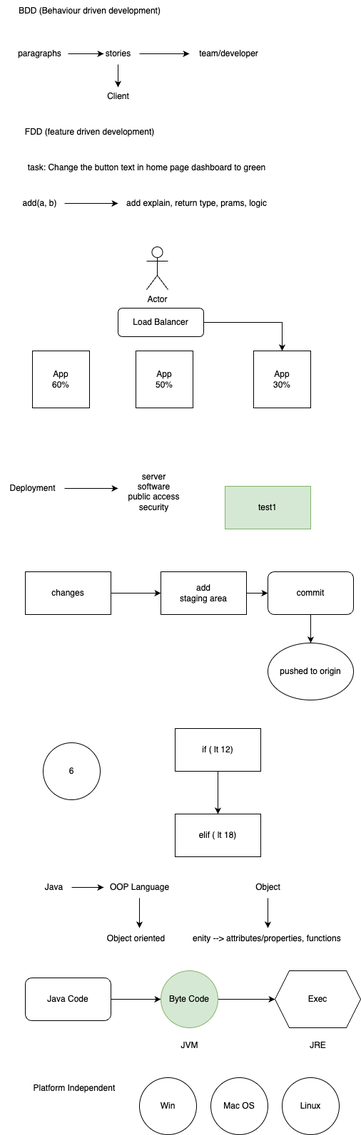
The draw.io diagram agile.png in aryan1403/mobile-wipro-training2, before a commit. Source tidied: cells renumbered, new cells last; positions are measured from the earlier drawing's top-left corner, leaving out a move shared by most shapes.
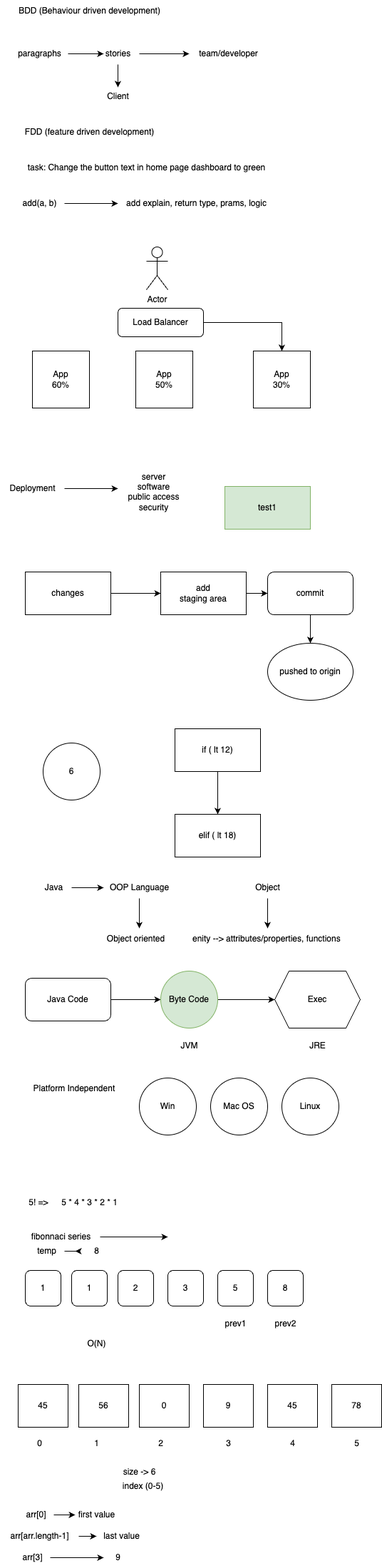
After the commit.

Commit message:
array, strings functions, factorial, fibonacci series, methods

Diff of the diagram source:
```diff
@@ -187,5 +187,130 @@
     <mxCell id="54" value="Linux" style="ellipse;whiteSpace=wrap;html=1;" parent="1" vertex="1">
       <mxGeometry x="395" y="1512" width="80" height="80" as="geometry" />
     </mxCell>
+    <mxCell id="55" value="5! =&amp;gt;&amp;nbsp;" style="text;html=1;align=center;verticalAlign=middle;strokeColor=none;fillColor=none;" parent="1" vertex="1">
+      <mxGeometry x="30" y="1672" width="50" height="30" as="geometry" />
+    </mxCell>
+    <mxCell id="56" value="5 * 4 * 3 * 2 * 1" style="text;html=1;align=center;verticalAlign=middle;strokeColor=none;fillColor=none;" parent="1" vertex="1">
+      <mxGeometry x="75" y="1672" width="100" height="30" as="geometry" />
+    </mxCell>
+    <mxCell id="57" style="edgeStyle=orthogonalEdgeStyle;rounded=0;jettySize=auto;html=1;" parent="1" edge="1" source="58">
+      <mxGeometry relative="1" as="geometry">
+        <mxPoint x="235" y="1735" as="targetPoint" />
+      </mxGeometry>
+    </mxCell>
+    <mxCell id="58" value="fibonnaci series" style="text;html=1;align=center;verticalAlign=middle;points=[];strokeColor=none;fillColor=none;" parent="1" vertex="1">
+      <mxGeometry x="30" y="1720" width="110" height="30" as="geometry" />
+    </mxCell>
+    <mxCell id="59" value="1" style="rounded=1;whiteSpace=wrap;html=1;" parent="1" vertex="1">
+      <mxGeometry x="35" y="1782" width="50" height="50" as="geometry" />
+    </mxCell>
+    <mxCell id="60" value="1" style="rounded=1;whiteSpace=wrap;html=1;" parent="1" vertex="1">
+      <mxGeometry x="100" y="1782" width="50" height="50" as="geometry" />
+    </mxCell>
+    <mxCell id="61" value="2" style="rounded=1;whiteSpace=wrap;html=1;" parent="1" vertex="1">
+      <mxGeometry x="165" y="1782" width="50" height="50" as="geometry" />
+    </mxCell>
+    <mxCell id="62" value="3" style="rounded=1;whiteSpace=wrap;html=1;" parent="1" vertex="1">
+      <mxGeometry x="235" y="1782" width="50" height="50" as="geometry" />
+    </mxCell>
+    <mxCell id="63" value="5" style="rounded=1;whiteSpace=wrap;html=1;" parent="1" vertex="1">
+      <mxGeometry x="305" y="1782" width="50" height="50" as="geometry" />
+    </mxCell>
+    <mxCell id="64" value="8" style="rounded=1;whiteSpace=wrap;html=1;" parent="1" vertex="1">
+      <mxGeometry x="375" y="1782" width="50" height="50" as="geometry" />
+    </mxCell>
+    <mxCell id="65" style="edgeStyle=orthogonalEdgeStyle;rounded=0;jettySize=auto;html=1;" parent="1" edge="1" source="66">
+      <mxGeometry relative="1" as="geometry">
+        <mxPoint x="105" y="1755" as="targetPoint" />
+      </mxGeometry>
+    </mxCell>
+    <mxCell id="66" value="temp" style="text;html=1;align=center;verticalAlign=middle;points=[];strokeColor=none;fillColor=none;" parent="1" vertex="1">
+      <mxGeometry x="40" y="1740" width="50" height="30" as="geometry" />
+    </mxCell>
+    <mxCell id="67" value="8" style="text;html=1;align=center;verticalAlign=middle;strokeColor=none;fillColor=none;" parent="1" vertex="1">
+      <mxGeometry x="120" y="1740" width="30" height="30" as="geometry" />
+    </mxCell>
+    <mxCell id="68" value="prev1" style="text;html=1;align=center;verticalAlign=middle;strokeColor=none;fillColor=none;" parent="1" vertex="1">
+      <mxGeometry x="305" y="1842" width="50" height="30" as="geometry" />
+    </mxCell>
+    <mxCell id="69" value="prev2" style="text;html=1;align=center;verticalAlign=middle;strokeColor=none;fillColor=none;" parent="1" vertex="1">
+      <mxGeometry x="375" y="1842" width="50" height="30" as="geometry" />
+    </mxCell>
+    <mxCell id="70" value="O(N)" style="text;html=1;align=center;verticalAlign=middle;strokeColor=none;fillColor=none;" parent="1" vertex="1">
+      <mxGeometry x="110" y="1870" width="50" height="30" as="geometry" />
+    </mxCell>
+    <mxCell id="71" value="45" style="rounded=0;whiteSpace=wrap;html=1;" parent="1" vertex="1">
+      <mxGeometry x="25" y="1942" width="70" height="60" as="geometry" />
+    </mxCell>
+    <mxCell id="72" value="56" style="rounded=0;whiteSpace=wrap;html=1;" parent="1" vertex="1">
+      <mxGeometry x="110" y="1942" width="70" height="60" as="geometry" />
+    </mxCell>
+    <mxCell id="73" value="0" style="rounded=0;whiteSpace=wrap;html=1;" parent="1" vertex="1">
+      <mxGeometry x="195" y="1942" width="70" height="60" as="geometry" />
+    </mxCell>
+    <mxCell id="74" value="9" style="rounded=0;whiteSpace=wrap;html=1;" parent="1" vertex="1">
+      <mxGeometry x="285" y="1942" width="70" height="60" as="geometry" />
+    </mxCell>
+    <mxCell id="75" value="45" style="rounded=0;whiteSpace=wrap;html=1;" parent="1" vertex="1">
+      <mxGeometry x="375" y="1942" width="70" height="60" as="geometry" />
+    </mxCell>
+    <mxCell id="76" value="78" style="rounded=0;whiteSpace=wrap;html=1;" parent="1" vertex="1">
+      <mxGeometry x="465" y="1942" width="70" height="60" as="geometry" />
+    </mxCell>
+    <mxCell id="77" value="0" style="text;html=1;align=center;verticalAlign=middle;strokeColor=none;fillColor=none;" parent="1" vertex="1">
+      <mxGeometry x="40" y="2010" width="30" height="30" as="geometry" />
+    </mxCell>
+    <mxCell id="78" value="1" style="text;html=1;align=center;verticalAlign=middle;strokeColor=none;fillColor=none;" parent="1" vertex="1">
+      <mxGeometry x="120" y="2010" width="30" height="30" as="geometry" />
+    </mxCell>
+    <mxCell id="79" value="2" style="text;html=1;align=center;verticalAlign=middle;strokeColor=none;fillColor=none;" parent="1" vertex="1">
+      <mxGeometry x="210" y="2010" width="30" height="30" as="geometry" />
+    </mxCell>
+    <mxCell id="80" value="3" style="text;html=1;align=center;verticalAlign=middle;strokeColor=none;fillColor=none;" parent="1" vertex="1">
+      <mxGeometry x="305" y="2010" width="30" height="30" as="geometry" />
+    </mxCell>
+    <mxCell id="81" value="4" style="text;html=1;align=center;verticalAlign=middle;strokeColor=none;fillColor=none;" parent="1" vertex="1">
+      <mxGeometry x="395" y="2010" width="30" height="30" as="geometry" />
+    </mxCell>
+    <mxCell id="82" value="5" style="text;html=1;align=center;verticalAlign=middle;strokeColor=none;fillColor=none;" parent="1" vertex="1">
+      <mxGeometry x="485" y="2010" width="30" height="30" as="geometry" />
+    </mxCell>
+    <mxCell id="83" value="size -&amp;gt; 6" style="text;html=1;align=center;verticalAlign=middle;strokeColor=none;fillColor=none;" parent="1" vertex="1">
+      <mxGeometry x="160" y="2050" width="70" height="30" as="geometry" />
+    </mxCell>
+    <mxCell id="84" value="index (0-5)" style="text;html=1;align=center;verticalAlign=middle;strokeColor=none;fillColor=none;" parent="1" vertex="1">
+      <mxGeometry x="160" y="2070" width="80" height="30" as="geometry" />
+    </mxCell>
+    <mxCell id="85" style="edgeStyle=orthogonalEdgeStyle;rounded=0;jettySize=auto;html=1;" parent="1" edge="1" source="86">
+      <mxGeometry relative="1" as="geometry">
+        <mxPoint x="105" y="2125" as="targetPoint" />
+      </mxGeometry>
+    </mxCell>
+    <mxCell id="86" value="arr[0]" style="text;html=1;align=center;verticalAlign=middle;points=[];strokeColor=none;fillColor=none;" parent="1" vertex="1">
+      <mxGeometry x="25" y="2110" width="50" height="30" as="geometry" />
+    </mxCell>
+    <mxCell id="87" value="first value" style="text;html=1;align=center;verticalAlign=middle;strokeColor=none;fillColor=none;" parent="1" vertex="1">
+      <mxGeometry x="100" y="2110" width="70" height="30" as="geometry" />
+    </mxCell>
+    <mxCell id="88" style="edgeStyle=orthogonalEdgeStyle;rounded=0;jettySize=auto;html=1;" parent="1" edge="1" source="89" target="90">
+      <mxGeometry relative="1" as="geometry" />
+    </mxCell>
+    <mxCell id="89" value="arr[arr.length-1]" style="text;html=1;align=center;verticalAlign=middle;points=[];strokeColor=none;fillColor=none;" parent="1" vertex="1">
+      <mxGeometry y="2140" width="110" height="30" as="geometry" />
+    </mxCell>
+    <mxCell id="90" value="last value" style="text;html=1;align=center;verticalAlign=middle;points=[];strokeColor=none;fillColor=none;" parent="1" vertex="1">
+      <mxGeometry x="135" y="2140" width="70" height="30" as="geometry" />
+    </mxCell>
+    <mxCell id="91" style="edgeStyle=orthogonalEdgeStyle;rounded=0;jettySize=auto;html=1;" parent="1" edge="1" source="92">
+      <mxGeometry relative="1" as="geometry">
+        <mxPoint x="145" y="2185" as="targetPoint" />
+      </mxGeometry>
+    </mxCell>
+    <mxCell id="92" value="arr[3]" style="text;html=1;align=center;verticalAlign=middle;points=[];strokeColor=none;fillColor=none;" parent="1" vertex="1">
+      <mxGeometry x="20" y="2170" width="50" height="30" as="geometry" />
+    </mxCell>
+    <mxCell id="93" value="9" style="text;html=1;align=center;verticalAlign=middle;strokeColor=none;fillColor=none;" parent="1" vertex="1">
+      <mxGeometry x="150" y="2170" width="30" height="30" as="geometry" />
+    </mxCell>
   </root>
 </mxGraphModel>
```
